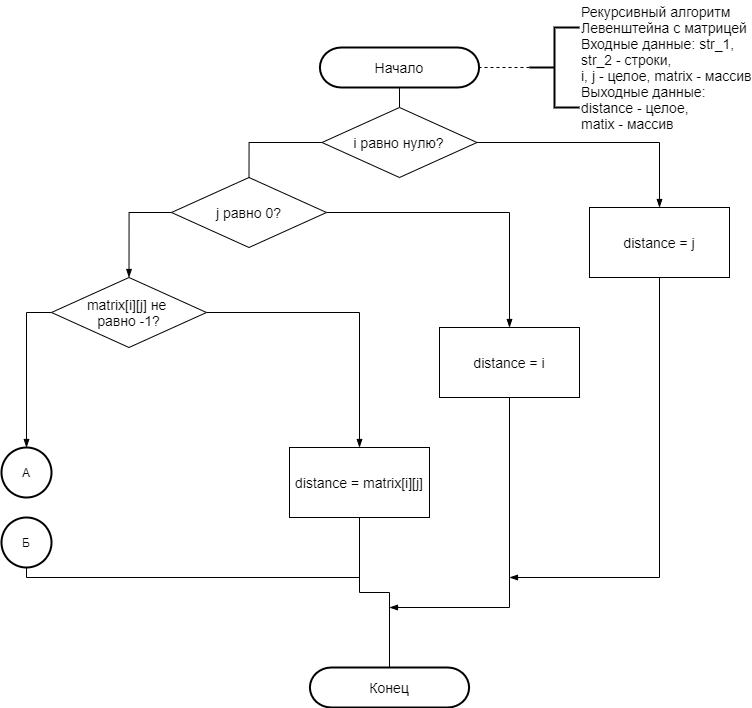
leontartykov/bmstu_sem_5_aa keeps this draw.io diagram as lab_01/report/diagrams/Рекурсивный Левенштейн с матрицей1.png. Above is the earlier version. Source tidied: cells renumbered, new cells last; positions are measured from the earlier drawing's top-left corner, leaving out a move shared by most shapes.
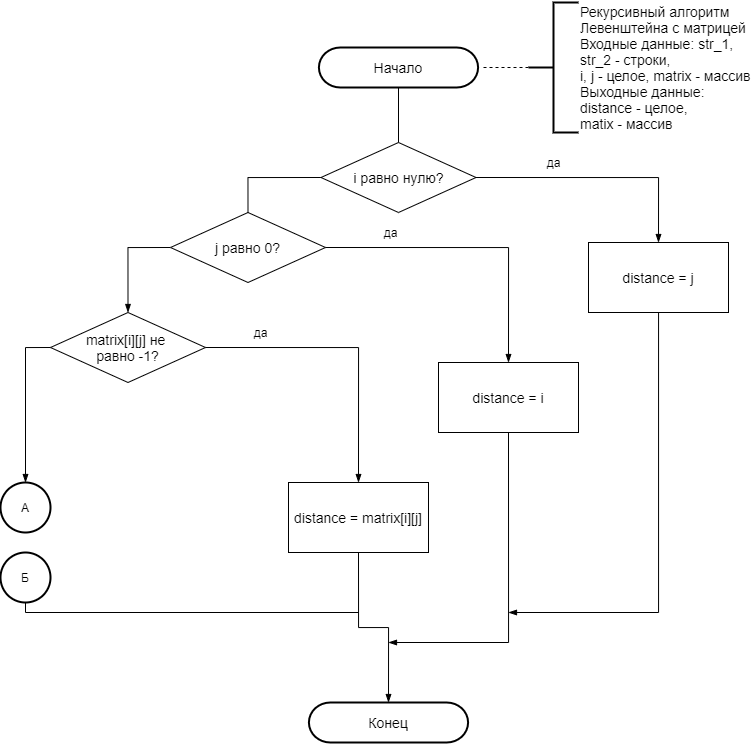
Above is the later version.

Diff of the diagram source:
```diff
@@ -2,84 +2,74 @@
   <root>
     <mxCell id="0" />
     <mxCell id="1" parent="0" />
-    <mxCell id="2" style="edgeStyle=orthogonalEdgeStyle;rounded=0;jettySize=auto;html=1;exitX=0.5;exitY=1;exitDx=0;exitDy=0;exitPerimeter=0;entryX=0.5;entryY=0;entryDx=0;entryDy=0;endArrow=none;endFill=0;" parent="1" edge="1" source="3" target="18">
-      <mxGeometry relative="1" as="geometry" />
-    </mxCell>
+    <mxCell id="9" style="edgeStyle=orthogonalEdgeStyle;rounded=0;orthogonalLoop=1;jettySize=auto;html=1;exitX=0.5;exitY=1;exitDx=0;exitDy=0;entryX=0.5;entryY=0;entryDx=0;entryDy=0;endArrow=none;endFill=0;" parent="1" edge="1">
+      <mxGeometry relative="1" as="geometry">
+        <mxPoint x="177" y="560" as="sourcePoint" />
+      </mxGeometry>
+    </mxCell>
+    <mxCell id="10" style="edgeStyle=orthogonalEdgeStyle;rounded=0;orthogonalLoop=1;jettySize=auto;html=1;exitX=0.5;exitY=1;exitDx=0;exitDy=0;entryX=0.5;entryY=0;entryDx=0;entryDy=0;endArrow=none;endFill=0;" parent="1" edge="1">
+      <mxGeometry relative="1" as="geometry">
+        <mxPoint x="177" y="640" as="sourcePoint" />
+      </mxGeometry>
+    </mxCell>
+    <mxCell id="11" style="edgeStyle=orthogonalEdgeStyle;rounded=0;orthogonalLoop=1;jettySize=auto;html=1;exitX=0.5;exitY=1;exitDx=0;exitDy=0;entryX=0.5;entryY=0;entryDx=0;entryDy=0;endArrow=none;endFill=0;" parent="1" edge="1">
+      <mxGeometry relative="1" as="geometry">
+        <mxPoint x="177" y="720" as="sourcePoint" />
+      </mxGeometry>
+    </mxCell>
+    <mxCell id="29" style="group;" parent="1" vertex="1">
+      <mxGeometry width="728" height="680" as="geometry" />
+    </mxCell>
-    <mxCell id="3" value="&lt;font style=&quot;font-size: 14px&quot;&gt;Начало&lt;/font&gt;" style="strokeWidth=2;html=1;shape=(stored shape, 464 characters);whiteSpace=wrap;" parent="1" vertex="1">
-      <mxGeometry x="248" y="20" width="300" height="40" as="geometry" />
+    <mxCell id="3" value="&lt;font style=&quot;font-size: 14px&quot;&gt;Начало&lt;/font&gt;" style="strokeWidth=2;html=1;shape=(stored shape, 464 characters);whiteSpace=wrap;" parent="29" vertex="1">
+      <mxGeometry x="248" y="-15" width="300" height="40" as="geometry" />
     </mxCell>
-    <mxCell id="4" style="edgeStyle=orthogonalEdgeStyle;rounded=0;jettySize=auto;html=1;exitX=0;exitY=0.5;exitDx=0;exitDy=0;exitPerimeter=0;endArrow=none;endFill=0;dashed=1;" parent="1" edge="1" source="5">
+    <mxCell id="4" style="edgeStyle=orthogonalEdgeStyle;rounded=0;jettySize=auto;html=1;exitX=0;exitY=0.5;exitDx=0;exitDy=0;exitPerimeter=0;endArrow=none;endFill=0;dashed=1;" parent="29" edge="1" source="5">
       <mxGeometry relative="1" as="geometry">
-        <mxPoint x="477" y="40" as="targetPoint" />
+        <mxPoint x="480" y="5" as="targetPoint" />
       </mxGeometry>
     </mxCell>
-    <mxCell id="5" value="&lt;font style=&quot;font-size: 14px&quot;&gt;Рекурсивный алгоритм &lt;br&gt;Левенштейна с матрицей&lt;br&gt;Входные данные: str_1, &lt;br&gt;str_2 - строки,&lt;br&gt;i, j - целое, matrix - массив&lt;br&gt;Выходные данные: &lt;br&gt;distance - целое,&lt;br&gt;matix - массив&lt;/font&gt;" style="strokeWidth=2;html=1;shape=mxgraph.flowchart.annotation_2;align=left;labelPosition=right;" parent="1" vertex="1">
-      <mxGeometry x="528" width="50" height="80" as="geometry" />
+    <mxCell id="5" value="&lt;font style=&quot;font-size: 14px&quot;&gt;Рекурсивный алгоритм &lt;br&gt;Левенштейна с матрицей&lt;br&gt;Входные данные: str_1, &lt;br&gt;str_2 - строки,&lt;br&gt;i, j - целое, matrix - массив&lt;br&gt;Выходные данные: &lt;br&gt;distance - целое,&lt;br&gt;matix - массив&lt;/font&gt;" style="strokeWidth=2;html=1;shape=mxgraph.flowchart.annotation_2;align=left;labelPosition=right;" parent="29" vertex="1">
+      <mxGeometry x="528" y="-60" width="50" height="130" as="geometry" />
     </mxCell>
-    <mxCell id="6" style="edgeStyle=orthogonalEdgeStyle;rounded=0;jettySize=auto;html=1;exitX=0;exitY=0.5;exitDx=0;exitDy=0;endArrow=blockThin;endFill=1;entryX=0.5;entryY=0;entryDx=0;entryDy=0;entryPerimeter=0;" parent="1" edge="1" source="8" target="26">
-      <mxGeometry relative="1" as="geometry">
-        <Array as="points">
-          <mxPoint x="25" y="285" />
-        </Array>
-      </mxGeometry>
-    </mxCell>
-    <mxCell id="7" style="edgeStyle=orthogonalEdgeStyle;rounded=0;jettySize=auto;html=1;exitX=1;exitY=0.5;exitDx=0;exitDy=0;endArrow=blockThin;endFill=1;entryX=0.5;entryY=0;entryDx=0;entryDy=0;" parent="1" edge="1" source="8" target="20">
-      <mxGeometry relative="1" as="geometry">
-        <Array as="points">
-          <mxPoint x="358" y="285" />
-        </Array>
-      </mxGeometry>
-    </mxCell>
-    <mxCell id="8" value="&lt;font style=&quot;font-size: 14px&quot;&gt;matrix[i][j] не &lt;br&gt;равно -1?&lt;/font&gt;" style="rhombus;whiteSpace=wrap;html=1;" parent="1" vertex="1">
+    <mxCell id="8" value="&lt;font style=&quot;font-size: 14px&quot;&gt;matrix[i][j] не &lt;br&gt;равно -1?&lt;/font&gt;" style="rhombus;whiteSpace=wrap;html=1;" parent="29" vertex="1">
       <mxGeometry x="50" y="250" width="155" height="70" as="geometry" />
     </mxCell>
-    <mxCell id="9" style="edgeStyle=orthogonalEdgeStyle;rounded=0;jettySize=auto;html=1;exitX=0.5;exitY=1;exitDx=0;exitDy=0;entryX=0.5;entryY=0;entryDx=0;entryDy=0;endArrow=none;endFill=0;" parent="1" edge="1" target="x">
-      <mxGeometry relative="1" as="geometry">
-        <mxPoint x="177" y="560" as="sourcePoint" />
-      </mxGeometry>
-    </mxCell>
-    <mxCell id="10" style="edgeStyle=orthogonalEdgeStyle;rounded=0;jettySize=auto;html=1;exitX=0.5;exitY=1;exitDx=0;exitDy=0;entryX=0.5;entryY=0;entryDx=0;entryDy=0;endArrow=none;endFill=0;" parent="1" edge="1" target="x">
-      <mxGeometry relative="1" as="geometry">
-        <mxPoint x="177" y="640" as="sourcePoint" />
-      </mxGeometry>
-    </mxCell>
-    <mxCell id="11" style="edgeStyle=orthogonalEdgeStyle;rounded=0;jettySize=auto;html=1;exitX=0.5;exitY=1;exitDx=0;exitDy=0;entryX=0.5;entryY=0;entryDx=0;entryDy=0;endArrow=none;endFill=0;" parent="1" edge="1" target="x">
-      <mxGeometry relative="1" as="geometry">
-        <mxPoint x="177" y="720" as="sourcePoint" />
-      </mxGeometry>
-    </mxCell>
-    <mxCell id="12" value="&lt;font style=&quot;font-size: 14px&quot;&gt;Конец&lt;/font&gt;" style="strokeWidth=2;html=1;shape=(stored shape, 464 characters);whiteSpace=wrap;" parent="1" vertex="1">
+    <mxCell id="12" value="&lt;font style=&quot;font-size: 14px&quot;&gt;Конец&lt;/font&gt;" style="strokeWidth=2;html=1;shape=(stored shape, 464 characters);whiteSpace=wrap;" parent="29" vertex="1">
       <mxGeometry x="238" y="640" width="300" height="40" as="geometry" />
     </mxCell>
-    <mxCell id="13" style="edgeStyle=orthogonalEdgeStyle;rounded=0;jettySize=auto;html=1;endArrow=blockThin;endFill=1;entryX=0.5;entryY=0;entryDx=0;entryDy=0;exitX=0;exitY=0.5;exitDx=0;exitDy=0;" parent="1" edge="1" source="15" target="8">
+    <mxCell id="13" style="edgeStyle=orthogonalEdgeStyle;rounded=0;jettySize=auto;html=1;endArrow=blockThin;endFill=1;entryX=0.5;entryY=0;entryDx=0;entryDy=0;exitX=0;exitY=0.5;exitDx=0;exitDy=0;" parent="29" edge="1" source="15" target="8">
       <mxGeometry relative="1" as="geometry">
         <Array as="points">
           <mxPoint x="128" y="185" />
         </Array>
       </mxGeometry>
     </mxCell>
-    <mxCell id="14" style="edgeStyle=orthogonalEdgeStyle;rounded=0;jettySize=auto;html=1;exitX=1;exitY=0.5;exitDx=0;exitDy=0;entryX=0.5;entryY=0;entryDx=0;entryDy=0;endArrow=blockThin;endFill=1;" parent="1" edge="1" source="15" target="22">
-      <mxGeometry relative="1" as="geometry" />
-    </mxCell>
-    <mxCell id="15" value="&lt;font style=&quot;font-size: 14px&quot;&gt;j равно 0?&lt;/font&gt;" style="rhombus;whiteSpace=wrap;html=1;" parent="1" vertex="1">
+    <mxCell id="15" value="&lt;font style=&quot;font-size: 14px&quot;&gt;j равно 0?&lt;/font&gt;" style="rhombus;whiteSpace=wrap;html=1;" parent="29" vertex="1">
       <mxGeometry x="170" y="150" width="155" height="70" as="geometry" />
     </mxCell>
-    <mxCell id="16" style="edgeStyle=orthogonalEdgeStyle;rounded=0;jettySize=auto;html=1;exitX=0;exitY=0.5;exitDx=0;exitDy=0;entryX=0.5;entryY=0;entryDx=0;entryDy=0;endArrow=none;endFill=0;" parent="1" edge="1" source="18" target="15">
+    <mxCell id="16" style="edgeStyle=orthogonalEdgeStyle;rounded=0;jettySize=auto;html=1;exitX=0;exitY=0.5;exitDx=0;exitDy=0;entryX=0.5;entryY=0;entryDx=0;entryDy=0;endArrow=none;endFill=0;" parent="29" edge="1" source="18" target="15">
       <mxGeometry relative="1" as="geometry" />
     </mxCell>
-    <mxCell id="17" style="edgeStyle=orthogonalEdgeStyle;rounded=0;jettySize=auto;html=1;exitX=1;exitY=0.5;exitDx=0;exitDy=0;entryX=0.5;entryY=0;entryDx=0;entryDy=0;endArrow=blockThin;endFill=1;" parent="1" edge="1" source="18" target="24">
-      <mxGeometry relative="1" as="geometry" />
-    </mxCell>
-    <mxCell id="18" value="&lt;font style=&quot;font-size: 14px&quot;&gt;i равно нулю?&lt;/font&gt;" style="rhombus;whiteSpace=wrap;html=1;" parent="1" vertex="1">
+    <mxCell id="18" value="&lt;font style=&quot;font-size: 14px&quot;&gt;i равно нулю?&lt;/font&gt;" style="rhombus;whiteSpace=wrap;html=1;" parent="29" vertex="1">
       <mxGeometry x="320.5" y="80" width="155" height="70" as="geometry" />
     </mxCell>
+    <mxCell id="2" style="edgeStyle=orthogonalEdgeStyle;rounded=0;jettySize=auto;html=1;exitX=0.5;exitY=1;exitDx=0;exitDy=0;exitPerimeter=0;entryX=0.5;entryY=0;entryDx=0;entryDy=0;endArrow=none;endFill=0;" parent="29" edge="1" source="3" target="18">
+      <mxGeometry relative="1" as="geometry" />
+    </mxCell>
-    <mxCell id="19" style="edgeStyle=orthogonalEdgeStyle;rounded=0;jettySize=auto;html=1;exitX=0.5;exitY=1;exitDx=0;exitDy=0;entryX=0.5;entryY=0;entryDx=0;entryDy=0;entryPerimeter=0;endArrow=none;endFill=0;" parent="1" edge="1" source="20" target="12">
+    <mxCell id="19" style="edgeStyle=orthogonalEdgeStyle;rounded=0;jettySize=auto;html=1;exitX=0.5;exitY=1;exitDx=0;exitDy=0;entryX=0.5;entryY=0;entryDx=0;entryDy=0;entryPerimeter=0;endArrow=blockThin;endFill=1;" parent="29" edge="1" source="20" target="12">
       <mxGeometry relative="1" as="geometry" />
     </mxCell>
-    <mxCell id="20" value="&lt;font style=&quot;font-size: 14px&quot;&gt;distance = matrix[i][j]&lt;/font&gt;" style="rounded=0;whiteSpace=wrap;html=1;" parent="1" vertex="1">
+    <mxCell id="20" value="&lt;font style=&quot;font-size: 14px&quot;&gt;distance = matrix[i][j]&lt;/font&gt;" style="rounded=0;whiteSpace=wrap;html=1;" parent="29" vertex="1">
       <mxGeometry x="288" y="420" width="140" height="70" as="geometry" />
     </mxCell>
+    <mxCell id="7" style="edgeStyle=orthogonalEdgeStyle;rounded=0;jettySize=auto;html=1;exitX=1;exitY=0.5;exitDx=0;exitDy=0;endArrow=blockThin;endFill=1;entryX=0.5;entryY=0;entryDx=0;entryDy=0;" parent="29" edge="1" source="8" target="20">
+      <mxGeometry relative="1" as="geometry">
+        <Array as="points">
+          <mxPoint x="358" y="285" />
+        </Array>
+      </mxGeometry>
+    </mxCell>
-    <mxCell id="21" style="edgeStyle=orthogonalEdgeStyle;rounded=0;jettySize=auto;html=1;exitX=0.5;exitY=1;exitDx=0;exitDy=0;endArrow=blockThin;endFill=1;" parent="1" edge="1" source="22">
+    <mxCell id="21" style="edgeStyle=orthogonalEdgeStyle;rounded=0;jettySize=auto;html=1;exitX=0.5;exitY=1;exitDx=0;exitDy=0;endArrow=blockThin;endFill=1;" parent="29" edge="1" source="22">
       <mxGeometry relative="1" as="geometry">
         <mxPoint x="388" y="580" as="targetPoint" />
         <Array as="points">
@@ -87,10 +77,13 @@
         </Array>
       </mxGeometry>
     </mxCell>
-    <mxCell id="22" value="&lt;font style=&quot;font-size: 14px&quot;&gt;distance = i&lt;/font&gt;" style="rounded=0;whiteSpace=wrap;html=1;" parent="1" vertex="1">
+    <mxCell id="22" value="&lt;font style=&quot;font-size: 14px&quot;&gt;distance = i&lt;/font&gt;" style="rounded=0;whiteSpace=wrap;html=1;" parent="29" vertex="1">
       <mxGeometry x="438" y="300" width="140" height="70" as="geometry" />
     </mxCell>
+    <mxCell id="14" style="edgeStyle=orthogonalEdgeStyle;rounded=0;jettySize=auto;html=1;exitX=1;exitY=0.5;exitDx=0;exitDy=0;entryX=0.5;entryY=0;entryDx=0;entryDy=0;endArrow=blockThin;endFill=1;" parent="29" edge="1" source="15" target="22">
+      <mxGeometry relative="1" as="geometry" />
+    </mxCell>
-    <mxCell id="23" style="edgeStyle=orthogonalEdgeStyle;rounded=0;jettySize=auto;html=1;endArrow=blockThin;endFill=1;" parent="1" edge="1" source="24">
+    <mxCell id="23" style="edgeStyle=orthogonalEdgeStyle;rounded=0;jettySize=auto;html=1;endArrow=blockThin;endFill=1;" parent="29" edge="1" source="24">
       <mxGeometry relative="1" as="geometry">
         <mxPoint x="508" y="550" as="targetPoint" />
         <Array as="points">
@@ -98,19 +91,29 @@
         </Array>
       </mxGeometry>
     </mxCell>
-    <mxCell id="24" value="&lt;font style=&quot;font-size: 14px&quot;&gt;distance = j&lt;/font&gt;" style="rounded=0;whiteSpace=wrap;html=1;" parent="1" vertex="1">
+    <mxCell id="24" value="&lt;font style=&quot;font-size: 14px&quot;&gt;distance = j&lt;/font&gt;" style="rounded=0;whiteSpace=wrap;html=1;" parent="29" vertex="1">
       <mxGeometry x="588" y="180" width="140" height="70" as="geometry" />
     </mxCell>
+    <mxCell id="17" style="edgeStyle=orthogonalEdgeStyle;rounded=0;jettySize=auto;html=1;exitX=1;exitY=0.5;exitDx=0;exitDy=0;entryX=0.5;entryY=0;entryDx=0;entryDy=0;endArrow=blockThin;endFill=1;" parent="29" edge="1" source="18" target="24">
+      <mxGeometry relative="1" as="geometry" />
+    </mxCell>
-    <mxCell id="25" style="edgeStyle=orthogonalEdgeStyle;rounded=0;orthogonalLoop=1;jettySize=auto;html=1;exitX=0.5;exitY=1;exitDx=0;exitDy=0;endArrow=none;endFill=0;" parent="1" edge="1">
+    <mxCell id="25" style="edgeStyle=orthogonalEdgeStyle;rounded=0;orthogonalLoop=1;jettySize=auto;html=1;exitX=0.5;exitY=1;exitDx=0;exitDy=0;endArrow=none;endFill=0;" parent="29" edge="1">
       <mxGeometry relative="1" as="geometry">
         <mxPoint x="185" y="610" as="sourcePoint" />
         <mxPoint x="185" y="610" as="targetPoint" />
       </mxGeometry>
     </mxCell>
-    <mxCell id="26" value="А" style="strokeWidth=2;html=1;shape=mxgraph.flowchart.start_2;whiteSpace=wrap;" parent="1" vertex="1">
+    <mxCell id="26" value="А" style="strokeWidth=2;html=1;shape=mxgraph.flowchart.start_2;whiteSpace=wrap;" parent="29" vertex="1">
       <mxGeometry y="420" width="50" height="50" as="geometry" />
     </mxCell>
+    <mxCell id="6" style="edgeStyle=orthogonalEdgeStyle;rounded=0;jettySize=auto;html=1;exitX=0;exitY=0.5;exitDx=0;exitDy=0;endArrow=blockThin;endFill=1;entryX=0.5;entryY=0;entryDx=0;entryDy=0;entryPerimeter=0;" parent="29" edge="1" source="8" target="26">
+      <mxGeometry relative="1" as="geometry">
+        <Array as="points">
+          <mxPoint x="25" y="285" />
+        </Array>
+      </mxGeometry>
+    </mxCell>
-    <mxCell id="27" style="edgeStyle=orthogonalEdgeStyle;rounded=0;jettySize=auto;html=1;exitX=0.5;exitY=1;exitDx=0;exitDy=0;exitPerimeter=0;endArrow=none;endFill=0;" parent="1" edge="1" source="28">
+    <mxCell id="27" style="edgeStyle=orthogonalEdgeStyle;rounded=0;jettySize=auto;html=1;exitX=0.5;exitY=1;exitDx=0;exitDy=0;exitPerimeter=0;endArrow=none;endFill=0;" parent="29" edge="1" source="28">
       <mxGeometry relative="1" as="geometry">
         <mxPoint x="358" y="550" as="targetPoint" />
         <Array as="points">
@@ -119,8 +122,17 @@
         </Array>
       </mxGeometry>
     </mxCell>
-    <mxCell id="28" value="Б" style="strokeWidth=2;html=1;shape=mxgraph.flowchart.start_2;whiteSpace=wrap;" parent="1" vertex="1">
+    <mxCell id="28" value="Б" style="strokeWidth=2;html=1;shape=mxgraph.flowchart.start_2;whiteSpace=wrap;" parent="29" vertex="1">
       <mxGeometry y="490" width="50" height="50" as="geometry" />
     </mxCell>
+    <mxCell id="30" value="да" style="text;html=1;align=center;verticalAlign=middle;strokeColor=none;" parent="29" vertex="1">
+      <mxGeometry x="538" y="90" width="30" height="20" as="geometry" />
+    </mxCell>
+    <mxCell id="31" value="да" style="text;html=1;align=center;verticalAlign=middle;strokeColor=none;" parent="1" vertex="1">
+      <mxGeometry x="375" y="160" width="30" height="20" as="geometry" />
+    </mxCell>
+    <mxCell id="32" value="да" style="text;html=1;align=center;verticalAlign=middle;strokeColor=none;" parent="1" vertex="1">
+      <mxGeometry x="245" y="260" width="30" height="20" as="geometry" />
+    </mxCell>
   </root>
 </mxGraphModel>
```
